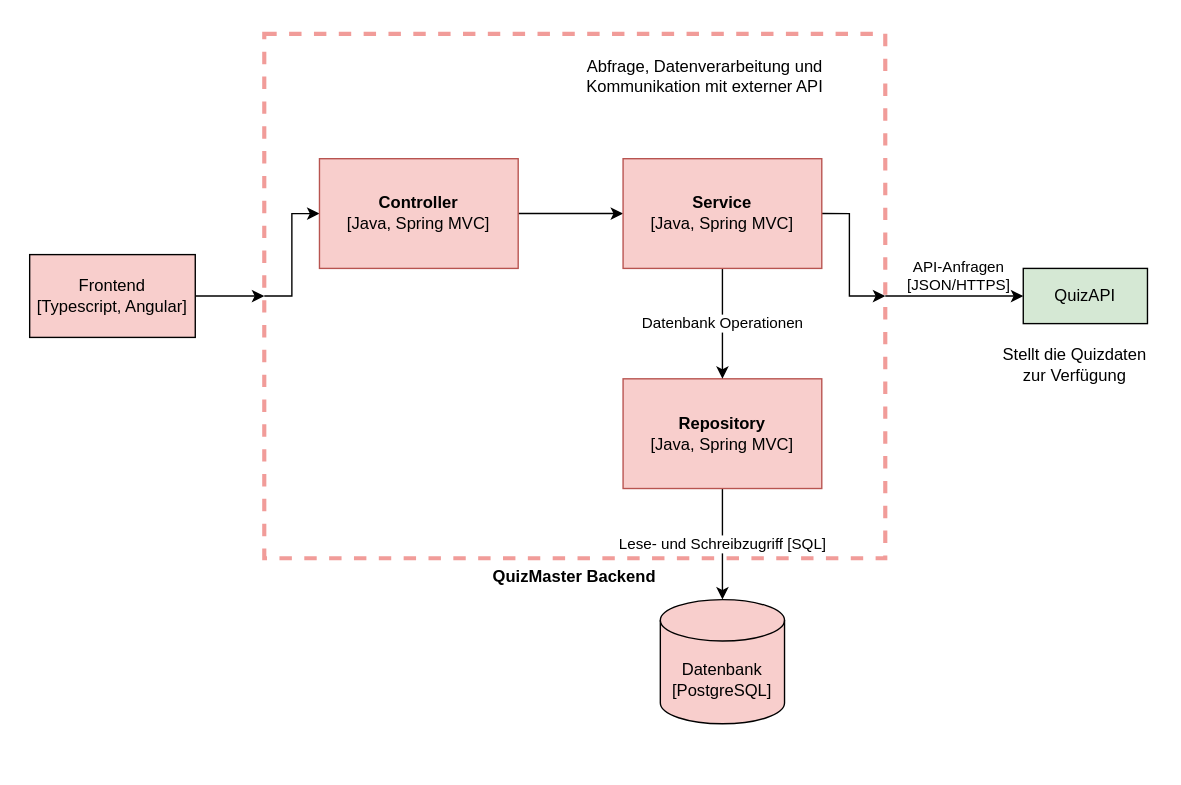
This is diagrams/ComponentDiagram.drawio from FranziskaGreiner/QuizMaster, a draw.io file, before an edit. Source tidied: cells renumbered, new cells numbered last; positions are measured from the earlier drawing's top-left corner, leaving out a move shared by most shapes. Both pictures are drawn from the tidied source at 138%, with x=0, y=0 at pixel (29, 33).
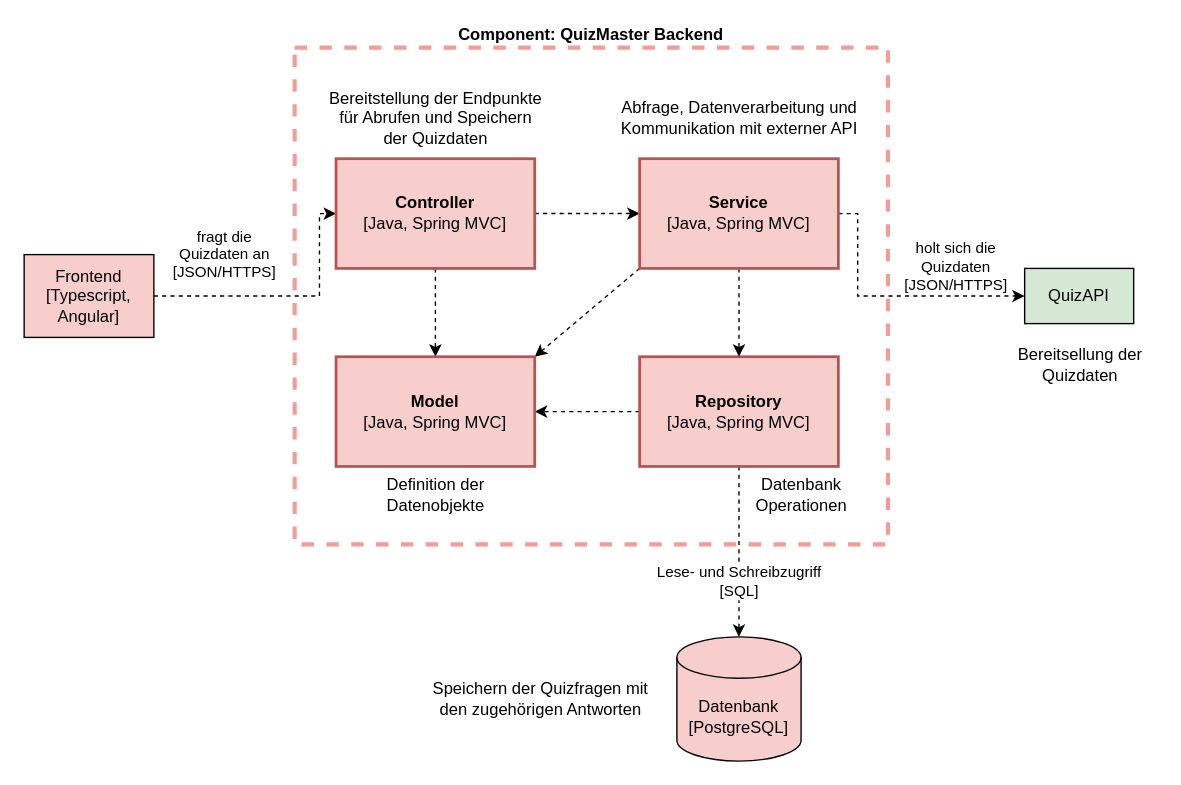
After the change.

Change to the diagram source:
```diff
@@
+    <mxCell id="5" value="Component: QuizMaster Backend" style="rounded=0;whiteSpace=wrap;html=1;fontStyle=1;fillColor=none;strokeColor=#F19C99;dashed=1;strokeWidth=3;labelPosition=center;verticalLabelPosition=top;align=center;verticalAlign=bottom;" parent="1" vertex="1">
+      <mxGeometry x="192" y="10" width="430" height="360" as="geometry" />
+    </mxCell>
-    <mxCell id="2" style="edgeStyle=orthogonalEdgeStyle;rounded=0;jettySize=auto;html=1;exitX=1;exitY=0.5;exitDx=0;exitDy=0;entryX=0;entryY=0.5;entryDx=0;entryDy=0;fontColor=#000000;strokeColor=#000000;" parent="1" edge="1" source="5" target="6">
-      <mxGeometry relative="1" as="geometry" />
+    <mxCell id="2" style="edgeStyle=orthogonalEdgeStyle;rounded=0;jettySize=auto;html=1;exitX=1;exitY=0.5;exitDx=0;exitDy=0;entryX=0;entryY=0.5;entryDx=0;entryDy=0;fontColor=#000000;strokeColor=#000000;dashed=1;" parent="1" edge="1" source="18" target="6">
+      <mxGeometry relative="1" as="geometry">
+        <Array as="points">
+          <mxPoint x="600" y="130" />
+          <mxPoint x="600" y="190" />
+        </Array>
+      </mxGeometry>
     </mxCell>
-    <mxCell id="3" value="&lt;div&gt;API-Anfragen&lt;/div&gt;&lt;div&gt;[JSON/HTTPS]&lt;br&gt;&lt;/div&gt;" style="edgeLabel;html=1;align=center;verticalAlign=bottom;fontColor=#000000;labelPosition=center;verticalLabelPosition=top;" parent="2" vertex="1">
+    <mxCell id="3" value="&lt;div&gt;holt sich die&lt;/div&gt;&lt;div&gt;Quizdaten&lt;br&gt;&lt;/div&gt;&lt;div&gt;[JSON/HTTPS]&lt;br&gt;&lt;/div&gt;" style="edgeLabel;html=1;align=center;verticalAlign=bottom;fontColor=#000000;labelPosition=center;verticalLabelPosition=top;" parent="2" vertex="1">
       <mxGeometry x="-0.19" y="-4" relative="1" as="geometry">
-        <mxPoint x="11" y="-4" as="offset" />
+        <mxPoint x="65" y="-4" as="offset" />
       </mxGeometry>
     </mxCell>
-    <mxCell id="4" style="edgeStyle=orthogonalEdgeStyle;rounded=0;jettySize=auto;html=1;exitX=0;exitY=0.5;exitDx=0;exitDy=0;entryX=0;entryY=0.5;entryDx=0;entryDy=0;" parent="1" edge="1" source="5" target="16">
-      <mxGeometry relative="1" as="geometry">
-        <Array as="points">
-          <mxPoint x="190" y="190" />
-          <mxPoint x="190" y="130" />
-        </Array>
-      </mxGeometry>
-    </mxCell>
-    <mxCell id="5" value="QuizMaster Backend" style="rounded=0;whiteSpace=wrap;html=1;fontStyle=1;fillColor=none;strokeColor=#F19C99;dashed=1;strokeWidth=3;labelPosition=center;verticalLabelPosition=bottom;align=center;verticalAlign=top;" parent="1" vertex="1">
-      <mxGeometry x="170" width="450" height="380" as="geometry" />
-    </mxCell>
     <mxCell id="6" value="QuizAPI" style="rounded=0;whiteSpace=wrap;html=1;fillColor=#d5e8d4;strokeColor=#000000;" parent="1" vertex="1">
-      <mxGeometry x="720" y="170" width="90" height="40" as="geometry" />
+      <mxGeometry x="721" y="170" width="79" height="40" as="geometry" />
     </mxCell>
-    <mxCell id="7" value="&lt;div&gt;Stellt die Quizdaten&lt;/div&gt;&lt;div&gt;zur Verfügung&lt;/div&gt;" style="text;html=1;align=center;verticalAlign=middle;strokeColor=none;fillColor=none;fontColor=#000000;" parent="1" vertex="1">
-      <mxGeometry x="697" y="220" width="120" height="40" as="geometry" />
+    <mxCell id="7" value="&lt;div&gt;Bereitsellung der&lt;/div&gt;&lt;div&gt;Quizdaten&lt;br&gt;&lt;/div&gt;" style="text;html=1;align=center;verticalAlign=middle;strokeColor=none;fillColor=none;fontColor=#000000;" parent="1" vertex="1">
+      <mxGeometry x="705.5" y="220" width="110" height="40" as="geometry" />
     </mxCell>
     <mxCell id="8" value="&lt;div&gt;Datenbank&lt;/div&gt;&lt;div&gt;[PostgreSQL]&lt;br&gt;&lt;/div&gt;" style="shape=cylinder3;whiteSpace=wrap;html=1;boundedLbl=1;backgroundOutline=1;size=15;fillColor=#F8CECC;" parent="1" vertex="1">
-      <mxGeometry x="457" y="410" width="90" height="90" as="geometry" />
+      <mxGeometry x="469" y="437" width="90" height="90" as="geometry" />
     </mxCell>
-    <mxCell id="9" style="edgeStyle=orthogonalEdgeStyle;rounded=0;jettySize=auto;html=1;exitX=1;exitY=0.5;exitDx=0;exitDy=0;entryX=0;entryY=0.5;entryDx=0;entryDy=0;" parent="1" edge="1" source="10" target="5">
-      <mxGeometry relative="1" as="geometry" />
+    <mxCell id="9" value="&lt;div&gt;fragt die&lt;br&gt;&lt;/div&gt;&lt;div&gt;Quizdaten an&lt;/div&gt;&lt;div&gt;[JSON/HTTPS]&lt;br&gt;&lt;/div&gt;" style="edgeStyle=orthogonalEdgeStyle;rounded=0;jettySize=auto;html=1;exitX=1;exitY=0.5;exitDx=0;exitDy=0;entryX=0;entryY=0.5;entryDx=0;entryDy=0;dashed=1;" parent="1" edge="1" source="10" target="16">
+      <mxGeometry x="-0.47" y="30" relative="1" as="geometry">
+        <Array as="points">
+          <mxPoint x="210" y="190" />
+          <mxPoint x="210" y="130" />
+        </Array>
+      </mxGeometry>
     </mxCell>
     <mxCell id="10" value="&lt;div&gt;Frontend&lt;/div&gt;&lt;div&gt;[Typescript, Angular]&lt;br&gt;&lt;/div&gt;" style="rounded=0;whiteSpace=wrap;html=1;fillColor=#F8CECC;" parent="1" vertex="1">
-      <mxGeometry y="160" width="120" height="60" as="geometry" />
+      <mxGeometry x="-4" y="160" width="94" height="60" as="geometry" />
     </mxCell>
-    <mxCell id="11" value="Lese- und Schreibzugriff [SQL]" style="edgeStyle=orthogonalEdgeStyle;rounded=0;jettySize=auto;html=1;entryX=0.5;entryY=0;entryDx=0;entryDy=0;entryPerimeter=0;exitX=0.5;exitY=1;exitDx=0;exitDy=0;" parent="1" edge="1" source="13" target="8">
-      <mxGeometry relative="1" as="geometry" />
+    <mxCell id="11" value="&lt;div&gt;Lese- und Schreibzugriff&lt;/div&gt;&lt;div&gt;[SQL]&lt;/div&gt;" style="edgeStyle=orthogonalEdgeStyle;rounded=0;jettySize=auto;html=1;entryX=0.5;entryY=0;entryDx=0;entryDy=0;entryPerimeter=0;exitX=0.5;exitY=1;exitDx=0;exitDy=0;dashed=1;" parent="1" edge="1" source="13" target="8">
+      <mxGeometry x="0.34" relative="1" as="geometry" />
     </mxCell>
-    <mxCell id="12" style="edgeStyle=orthogonalEdgeStyle;rounded=0;jettySize=auto;html=1;exitX=1;exitY=0.5;exitDx=0;exitDy=0;entryX=1;entryY=0.5;entryDx=0;entryDy=0;" parent="1" edge="1" source="18" target="5">
-      <mxGeometry relative="1" as="geometry" />
-    </mxCell>
+    <mxCell id="19" style="edgeStyle=orthogonalEdgeStyle;rounded=0;jettySize=auto;html=1;entryX=1;entryY=0.5;entryDx=0;entryDy=0;dashed=1;" parent="1" edge="1" source="13" target="25">
+      <mxGeometry relative="1" as="geometry" />
+    </mxCell>
-    <mxCell id="13" value="&lt;div&gt;&lt;b&gt;Repository&lt;/b&gt;&lt;/div&gt;&lt;div&gt;[Java, Spring MVC]&lt;br&gt;&lt;/div&gt;" style="rounded=0;whiteSpace=wrap;html=1;fillColor=#f8cecc;strokeColor=#b85450;" parent="1" vertex="1">
-      <mxGeometry x="430" y="250" width="144" height="79.5" as="geometry" />
+    <mxCell id="13" value="&lt;div&gt;&lt;b&gt;Repository&lt;/b&gt;&lt;/div&gt;&lt;div&gt;[Java, Spring MVC]&lt;br&gt;&lt;/div&gt;" style="rounded=0;whiteSpace=wrap;html=1;fillColor=#f8cecc;strokeColor=#b85450;strokeWidth=2;" parent="1" vertex="1">
+      <mxGeometry x="442" y="234" width="144" height="79.5" as="geometry" />
     </mxCell>
     <mxCell id="14" value="&lt;div&gt;Abfrage, Datenverarbeitung und&lt;br&gt;&lt;/div&gt;&lt;div&gt;Kommunikation mit externer API&lt;/div&gt;" style="text;html=1;align=center;verticalAlign=middle;strokeColor=none;fillColor=none;fontColor=#000000;" parent="1" vertex="1">
-      <mxGeometry x="394" y="10.5" width="190" height="40" as="geometry" />
+      <mxGeometry x="419" y="40.5" width="190" height="40" as="geometry" />
     </mxCell>
-    <mxCell id="15" style="edgeStyle=orthogonalEdgeStyle;rounded=0;jettySize=auto;html=1;exitX=1;exitY=0.5;exitDx=0;exitDy=0;entryX=0;entryY=0.5;entryDx=0;entryDy=0;" parent="1" edge="1" source="16" target="18">
+    <mxCell id="15" style="edgeStyle=orthogonalEdgeStyle;rounded=0;jettySize=auto;html=1;exitX=1;exitY=0.5;exitDx=0;exitDy=0;entryX=0;entryY=0.5;entryDx=0;entryDy=0;dashed=1;" parent="1" edge="1" source="16" target="18">
       <mxGeometry relative="1" as="geometry" />
     </mxCell>
+    <mxCell id="20" style="edgeStyle=orthogonalEdgeStyle;rounded=0;jettySize=auto;html=1;entryX=0.5;entryY=0;entryDx=0;entryDy=0;dashed=1;" parent="1" edge="1" source="16" target="25">
+      <mxGeometry relative="1" as="geometry" />
+    </mxCell>
-    <mxCell id="16" value="&lt;div&gt;&lt;b&gt;Controller&lt;/b&gt;&lt;/div&gt;&lt;div&gt;[Java, Spring MVC]&lt;br&gt;&lt;/div&gt;" style="rounded=0;whiteSpace=wrap;html=1;fillColor=#f8cecc;strokeColor=#b85450;" parent="1" vertex="1">
-      <mxGeometry x="210" y="90.5" width="144" height="79.5" as="geometry" />
+    <mxCell id="16" value="&lt;div&gt;&lt;b&gt;Controller&lt;/b&gt;&lt;/div&gt;&lt;div&gt;[Java, Spring MVC]&lt;br&gt;&lt;/div&gt;" style="rounded=0;whiteSpace=wrap;html=1;fillColor=#f8cecc;strokeColor=#b85450;strokeWidth=2;" parent="1" vertex="1">
+      <mxGeometry x="222" y="90.5" width="144" height="79.5" as="geometry" />
     </mxCell>
-    <mxCell id="17" value="Datenbank Operationen" style="edgeStyle=orthogonalEdgeStyle;rounded=0;jettySize=auto;html=1;exitX=0.5;exitY=1;exitDx=0;exitDy=0;entryX=0.5;entryY=0;entryDx=0;entryDy=0;" parent="1" edge="1" source="18" target="13">
+    <mxCell id="17" style="edgeStyle=orthogonalEdgeStyle;rounded=0;jettySize=auto;html=1;exitX=0.5;exitY=1;exitDx=0;exitDy=0;entryX=0.5;entryY=0;entryDx=0;entryDy=0;dashed=1;" parent="1" edge="1" source="18" target="13">
       <mxGeometry relative="1" as="geometry" />
     </mxCell>
+    <mxCell id="21" style="rounded=0;jettySize=auto;html=1;exitX=0;exitY=1;exitDx=0;exitDy=0;entryX=1;entryY=0;entryDx=0;entryDy=0;dashed=1;" parent="1" edge="1" source="18" target="25">
+      <mxGeometry relative="1" as="geometry" />
+    </mxCell>
-    <mxCell id="18" value="&lt;div&gt;&lt;b&gt;Service&lt;/b&gt;&lt;/div&gt;&lt;div&gt;[Java, Spring MVC]&lt;br&gt;&lt;/div&gt;" style="rounded=0;whiteSpace=wrap;html=1;fillColor=#f8cecc;strokeColor=#b85450;" parent="1" vertex="1">
-      <mxGeometry x="430" y="90.5" width="144" height="79.5" as="geometry" />
+    <mxCell id="18" value="&lt;div&gt;&lt;b&gt;Service&lt;/b&gt;&lt;/div&gt;&lt;div&gt;[Java, Spring MVC]&lt;br&gt;&lt;/div&gt;" style="rounded=0;whiteSpace=wrap;html=1;fillColor=#f8cecc;strokeColor=#b85450;strokeWidth=2;" parent="1" vertex="1">
+      <mxGeometry x="442" y="90.5" width="144" height="79.5" as="geometry" />
     </mxCell>
+    <mxCell id="22" value="&lt;div&gt;Bereitstellung der Endpunkte&lt;/div&gt;&lt;div&gt;für Abrufen und Speichern&lt;/div&gt;&lt;div&gt;der Quizdaten&lt;br&gt;&lt;/div&gt;" style="text;html=1;align=center;verticalAlign=middle;strokeColor=none;fillColor=none;fontColor=#000000;" parent="1" vertex="1">
+      <mxGeometry x="204" y="30.5" width="180" height="60" as="geometry" />
+    </mxCell>
+    <mxCell id="23" value="&lt;div&gt;Speichern der Quizfragen mit&lt;/div&gt;&lt;div&gt;den zugehörigen Antworten&lt;br&gt;&lt;/div&gt;" style="text;html=1;align=center;verticalAlign=middle;strokeColor=none;fillColor=none;fontColor=#000000;" parent="1" vertex="1">
+      <mxGeometry x="280" y="462" width="180" height="40" as="geometry" />
+    </mxCell>
+    <mxCell id="24" value="&lt;div&gt;Datenbank&lt;/div&gt;&lt;div&gt;Operationen&lt;br&gt;&lt;/div&gt;" style="text;html=1;align=center;verticalAlign=middle;strokeColor=none;fillColor=none;fontColor=#000000;" parent="1" vertex="1">
+      <mxGeometry x="514" y="313.5" width="90" height="40" as="geometry" />
+    </mxCell>
+    <mxCell id="25" value="&lt;div&gt;&lt;b&gt;Model&lt;/b&gt;&lt;/div&gt;&lt;div&gt;[Java, Spring MVC]&lt;br&gt;&lt;/div&gt;" style="rounded=0;whiteSpace=wrap;html=1;fillColor=#f8cecc;strokeColor=#b85450;strokeWidth=2;" parent="1" vertex="1">
+      <mxGeometry x="222" y="234" width="144" height="79.5" as="geometry" />
+    </mxCell>
+    <mxCell id="26" value="&lt;div&gt;Definition der&lt;/div&gt;&lt;div&gt;Datenobjekte&lt;br&gt;&lt;/div&gt;" style="text;html=1;align=center;verticalAlign=middle;strokeColor=none;fillColor=none;fontColor=#000000;" parent="1" vertex="1">
+      <mxGeometry x="249" y="313.5" width="90" height="40" as="geometry" />
+    </mxCell>
```
